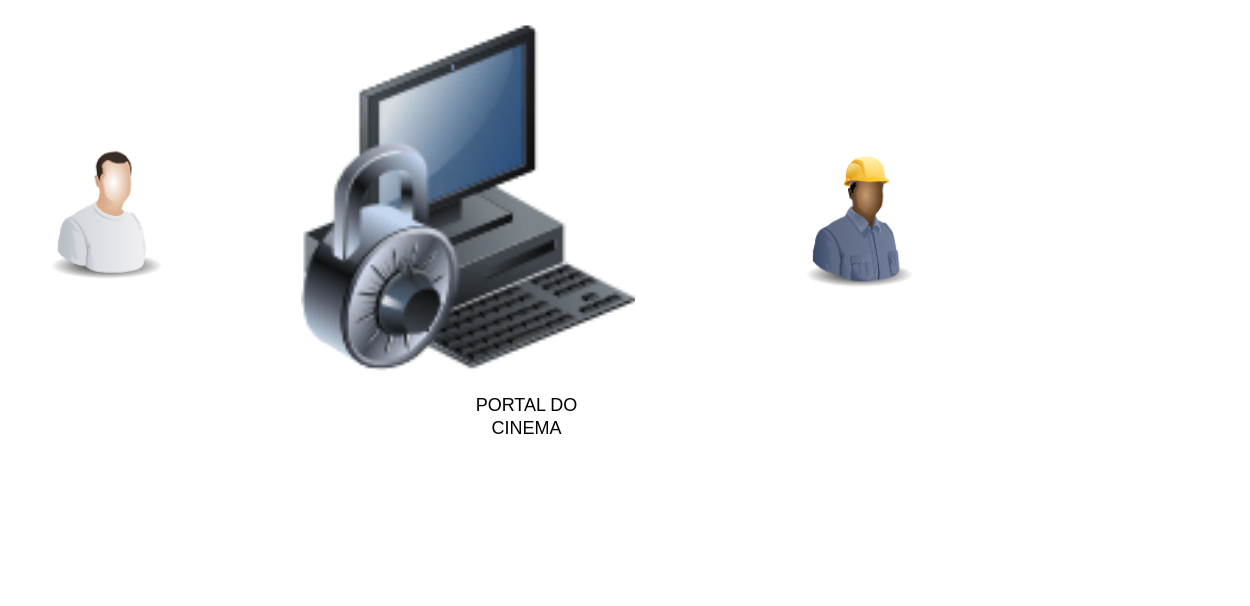
This is software arch 0114.drawio from lariadeoliveira/softwarearch01114, a draw.io file, before an edit. Source tidied: cells renumbered, new cells numbered last; positions are measured from the earlier drawing's top-left corner, leaving out a move shared by most shapes. Both pictures are drawn from the tidied source at 150%, with x=0, y=0 at pixel (26, 26).
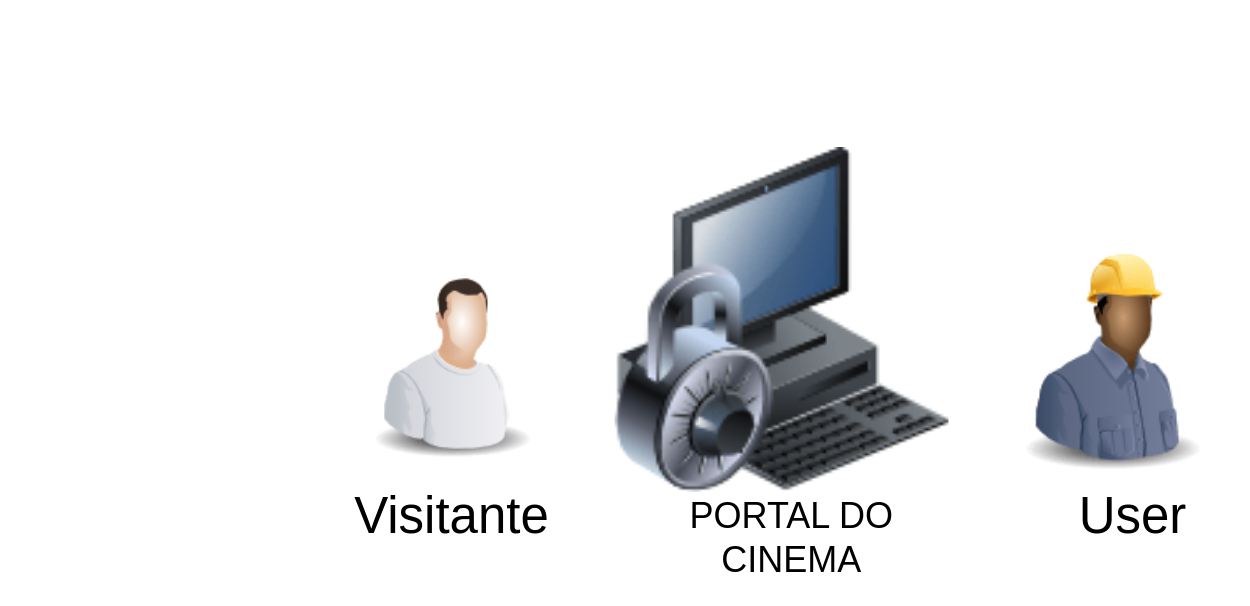
After the change.

What changed in the source:
```diff
@@
 <mxGraphModel>
   <root>
     <mxCell id="0" />
     <mxCell id="1" parent="0" />
     <mxCell id="2" style="image;html=1;image=img/lib/clip_art/computers/Secure_System_128x128.png;fontStyle=0;" parent="1" vertex="1">
-      <mxGeometry x="150" width="290" height="230" as="geometry" />
+      <mxGeometry x="359" y="81" width="290" height="230" as="geometry" />
     </mxCell>
-    <mxCell id="3" value="PORTAL DO CINEMA" style="text;strokeColor=none;align=center;fillColor=none;html=1;verticalAlign=middle;whiteSpace=wrap;rounded=0;" parent="1" vertex="1">
-      <mxGeometry x="286" y="245" width="96" height="30" as="geometry" />
+    <mxCell id="3" value="PORTAL DO CINEMA" style="text;strokeColor=none;align=center;fillColor=none;html=1;verticalAlign=middle;whiteSpace=wrap;rounded=0;fontSize=24;" parent="1" vertex="1">
+      <mxGeometry x="430" y="326" width="161" height="30" as="geometry" />
     </mxCell>
     <mxCell id="4" style="image;html=1;image=img/lib/clip_art/people/Worker_Man_128x128.png;" parent="1" vertex="1">
-      <mxGeometry y="75" width="107" height="95.1" as="geometry" />
+      <mxGeometry x="209" y="156" width="150" height="133.4" as="geometry" />
     </mxCell>
     <mxCell id="5" style="image;html=1;image=img/lib/clip_art/people/Construction_Worker_Man_Black_128x128.png;" parent="1" vertex="1">
-      <mxGeometry x="510" y="65" width="91" height="130" as="geometry" />
+      <mxGeometry x="649" y="117.7" width="150" height="210" as="geometry" />
     </mxCell>
+    <mxCell id="6" value="Visitante" style="text;strokeColor=none;align=center;fillColor=none;html=1;verticalAlign=middle;whiteSpace=wrap;rounded=0;fontSize=34;" parent="1" vertex="1">
+      <mxGeometry x="246" y="311" width="76" height="30" as="geometry" />
+    </mxCell>
+    <mxCell id="7" value="User" style="text;strokeColor=none;align=center;fillColor=none;html=1;verticalAlign=middle;whiteSpace=wrap;rounded=0;fontSize=34;" parent="1" vertex="1">
+      <mxGeometry x="700" y="311" width="76" height="30" as="geometry" />
+    </mxCell>
   </root>
 </mxGraphModel>
```
